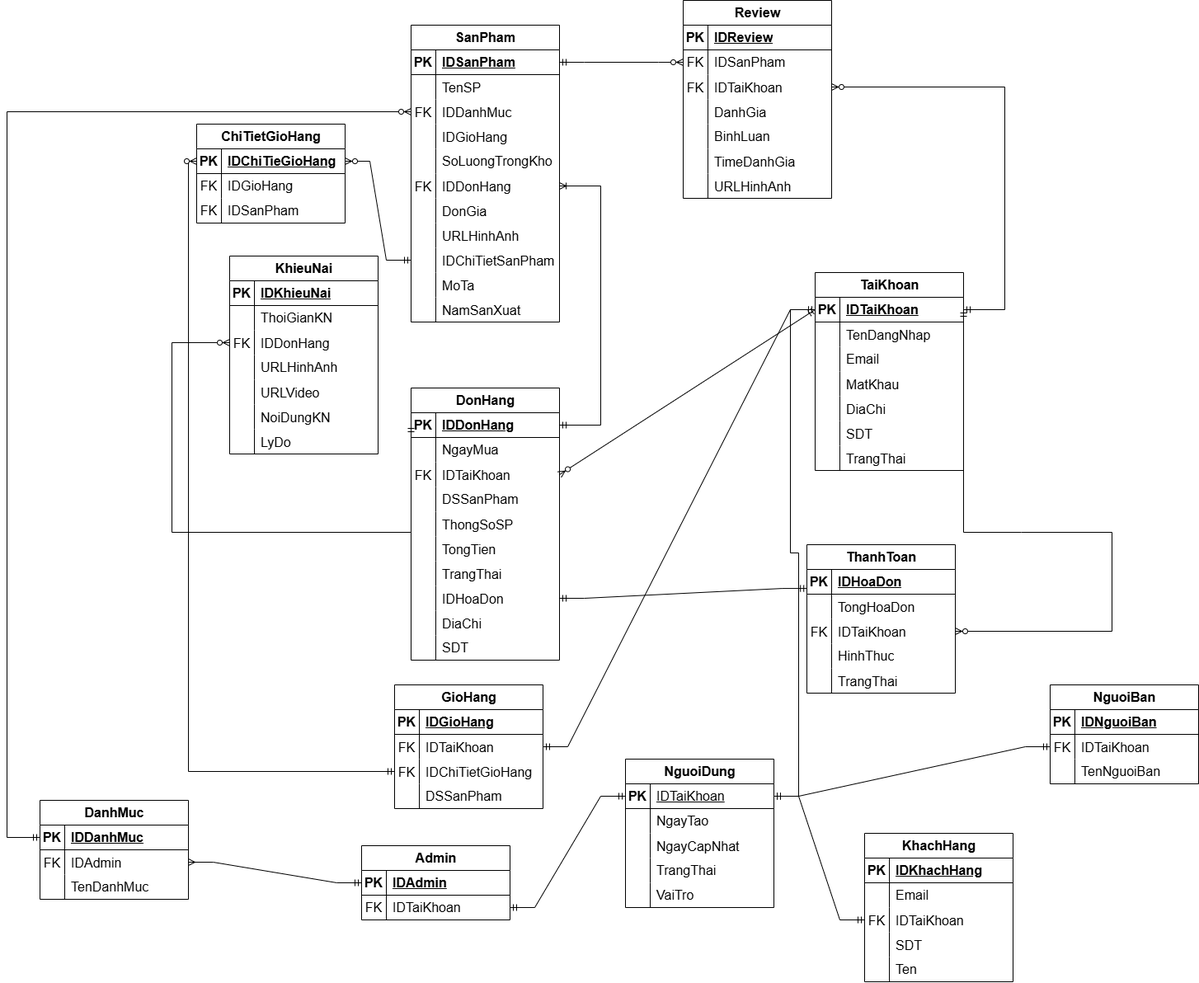
Above: Database Design/erd.drawio.png in hunganh1310/-PTTKHT-E-Commerce-Website (draw.io), before the change. Source tidied: cells renumbered, new cells last; positions are measured from the earlier drawing's top-left corner, leaving out a move shared by most shapes.
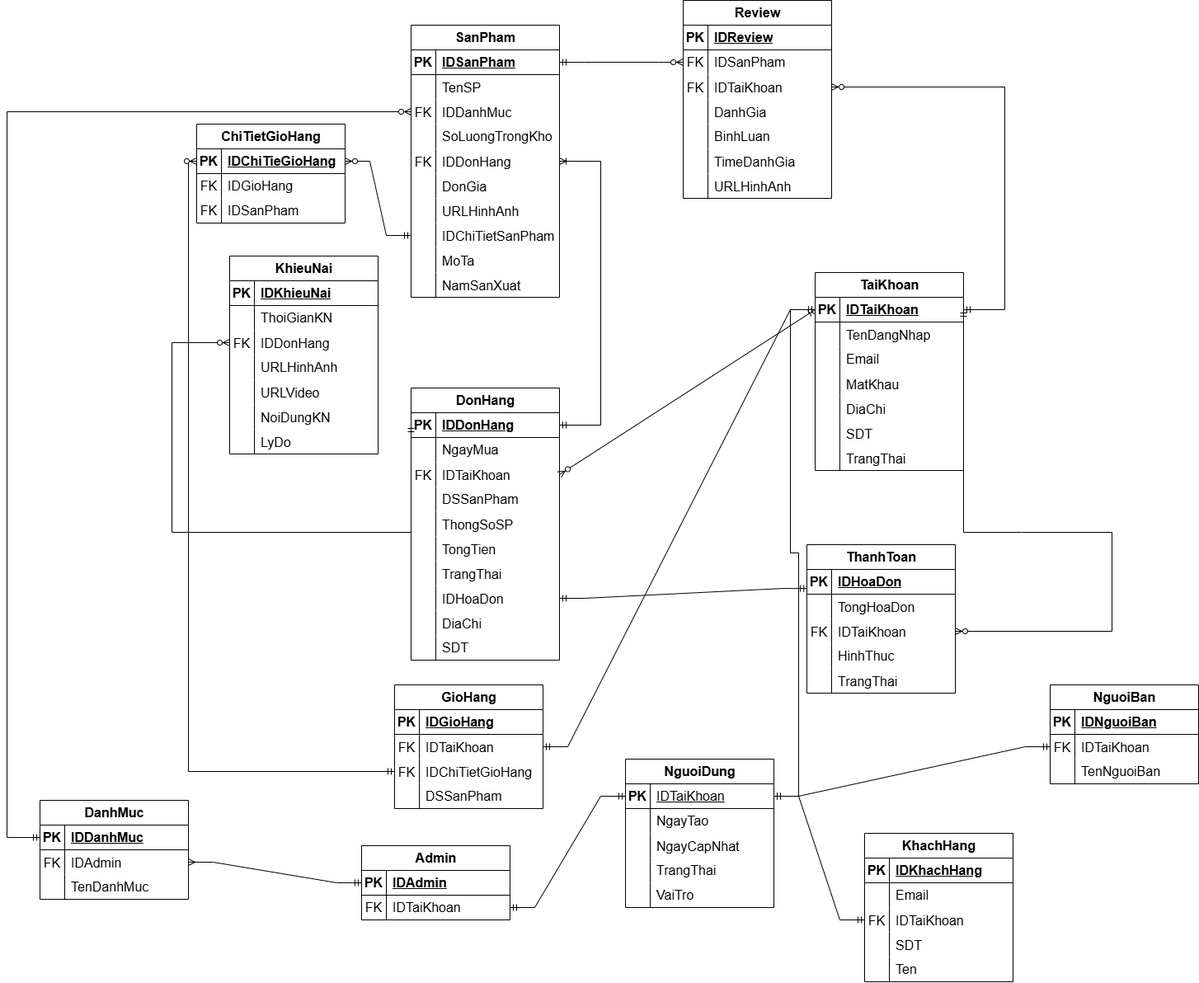
Later version of the same file.

What changed in the source:
```diff
@@ -489,7 +489,7 @@
       <mxGeometry x="30" width="150" height="30" as="geometry" />
     </mxCell>
     <mxCell id="164" value="SanPham" style="shape=table;startSize=30;rowLines=0;fontStyle=1;align=center;html=1;fontSize=16;" parent="1" vertex="1">
-      <mxGeometry x="590" y="30" width="180" height="360" as="geometry" />
+      <mxGeometry x="590" y="30" width="180" height="330" as="geometry" />
     </mxCell>
     <mxCell id="165" style="shape=tableRow;horizontal=0;startSize=0;swimlaneHead=0;swimlaneBody=0;fillColor=none;points=[[0,0.5],[1,0.5]];portConstraint=eastwest;top=0;left=0;right=0;bottom=1;fontSize=16;" parent="164" vertex="1">
       <mxGeometry y="30" width="180" height="30" as="geometry" />
@@ -518,17 +518,8 @@
     <mxCell id="173" value="IDDanhMuc" style="shape=partialRectangle;fillColor=none;top=0;left=0;bottom=0;right=0;align=left;spacingLeft=6;overflow=hidden;fontSize=16;" parent="171" vertex="1">
       <mxGeometry x="30" width="150" height="30" as="geometry" />
     </mxCell>
-    <mxCell id="174" style="shape=tableRow;horizontal=0;startSize=0;swimlaneHead=0;swimlaneBody=0;fillColor=none;top=0;left=0;right=0;bottom=0;fontSize=16;" parent="164" vertex="1">
-      <mxGeometry y="120" width="180" height="30" as="geometry" />
-    </mxCell>
-    <mxCell id="175" style="shape=partialRectangle;fillColor=none;top=0;left=0;bottom=0;right=0;overflow=hidden;fontSize=16;" parent="174" vertex="1">
-      <mxGeometry width="30" height="30" as="geometry" />
-    </mxCell>
-    <mxCell id="176" value="IDGioHang" style="shape=partialRectangle;fillColor=none;top=0;left=0;bottom=0;right=0;align=left;spacingLeft=6;overflow=hidden;fontSize=16;" parent="174" vertex="1">
-      <mxGeometry x="30" width="150" height="30" as="geometry" />
-    </mxCell>
     <mxCell id="177" style="shape=tableRow;horizontal=0;startSize=0;swimlaneHead=0;swimlaneBody=0;fillColor=none;top=0;left=0;right=0;bottom=0;fontSize=16;" parent="164" vertex="1">
-      <mxGeometry y="150" width="180" height="30" as="geometry" />
+      <mxGeometry y="120" width="180" height="30" as="geometry" />
     </mxCell>
     <mxCell id="178" style="shape=partialRectangle;fillColor=none;top=0;left=0;bottom=0;right=0;overflow=hidden;whiteSpace=wrap;html=1;fontSize=16;" parent="177" vertex="1">
       <mxGeometry width="30" height="30" as="geometry" />
@@ -537,7 +528,7 @@
       <mxGeometry x="30" width="150" height="30" as="geometry" />
     </mxCell>
     <mxCell id="180" style="shape=tableRow;horizontal=0;startSize=0;swimlaneHead=0;swimlaneBody=0;fillColor=none;points=[[0,0.5],[1,0.5]];portConstraint=eastwest;top=0;left=0;right=0;bottom=0;fontSize=16;" parent="164" vertex="1">
-      <mxGeometry y="180" width="180" height="30" as="geometry" />
+      <mxGeometry y="150" width="180" height="30" as="geometry" />
     </mxCell>
     <mxCell id="181" value="FK" style="shape=partialRectangle;fillColor=none;top=0;left=0;bottom=0;right=0;overflow=hidden;fontSize=16;" parent="180" vertex="1">
       <mxGeometry width="30" height="30" as="geometry" />
@@ -546,7 +537,7 @@
       <mxGeometry x="30" width="150" height="30" as="geometry" />
     </mxCell>
     <mxCell id="183" style="shape=tableRow;horizontal=0;startSize=0;swimlaneHead=0;swimlaneBody=0;fillColor=none;top=0;left=0;right=0;bottom=0;fontSize=16;" parent="164" vertex="1">
-      <mxGeometry y="210" width="180" height="30" as="geometry" />
+      <mxGeometry y="180" width="180" height="30" as="geometry" />
     </mxCell>
     <mxCell id="184" style="shape=partialRectangle;fillColor=none;top=0;left=0;bottom=0;right=0;overflow=hidden;fontSize=16;" parent="183" vertex="1">
       <mxGeometry width="30" height="30" as="geometry" />
@@ -555,7 +546,7 @@
       <mxGeometry x="30" width="150" height="30" as="geometry" />
     </mxCell>
     <mxCell id="186" style="shape=tableRow;horizontal=0;startSize=0;swimlaneHead=0;swimlaneBody=0;fillColor=none;top=0;left=0;right=0;bottom=0;fontSize=16;" parent="164" vertex="1">
-      <mxGeometry y="240" width="180" height="30" as="geometry" />
+      <mxGeometry y="210" width="180" height="30" as="geometry" />
     </mxCell>
     <mxCell id="187" style="shape=partialRectangle;fillColor=none;top=0;left=0;bottom=0;right=0;overflow=hidden;fontSize=16;" parent="186" vertex="1">
       <mxGeometry width="30" height="30" as="geometry" />
@@ -564,7 +555,7 @@
       <mxGeometry x="30" width="150" height="30" as="geometry" />
     </mxCell>
     <mxCell id="189" style="shape=tableRow;horizontal=0;startSize=0;swimlaneHead=0;swimlaneBody=0;fillColor=none;points=[[0,0.5],[1,0.5]];portConstraint=eastwest;top=0;left=0;right=0;bottom=0;fontSize=16;" parent="164" vertex="1">
-      <mxGeometry y="270" width="180" height="30" as="geometry" />
+      <mxGeometry y="240" width="180" height="30" as="geometry" />
     </mxCell>
     <mxCell id="190" style="shape=partialRectangle;fillColor=none;top=0;left=0;bottom=0;right=0;overflow=hidden;fontSize=16;" parent="189" vertex="1">
       <mxGeometry width="30" height="30" as="geometry" />
@@ -573,7 +564,7 @@
       <mxGeometry x="30" width="150" height="30" as="geometry" />
     </mxCell>
     <mxCell id="192" style="shape=tableRow;horizontal=0;startSize=0;swimlaneHead=0;swimlaneBody=0;fillColor=none;top=0;left=0;right=0;bottom=0;fontSize=16;" parent="164" vertex="1">
-      <mxGeometry y="300" width="180" height="30" as="geometry" />
+      <mxGeometry y="270" width="180" height="30" as="geometry" />
     </mxCell>
     <mxCell id="193" style="shape=partialRectangle;fillColor=none;top=0;left=0;bottom=0;right=0;overflow=hidden;fontSize=16;" parent="192" vertex="1">
       <mxGeometry width="30" height="30" as="geometry" />
@@ -582,7 +573,7 @@
       <mxGeometry x="30" width="150" height="30" as="geometry" />
     </mxCell>
     <mxCell id="195" style="shape=tableRow;horizontal=0;startSize=0;swimlaneHead=0;swimlaneBody=0;fillColor=none;top=0;left=0;right=0;bottom=0;fontSize=16;" parent="164" vertex="1">
-      <mxGeometry y="330" width="180" height="30" as="geometry" />
+      <mxGeometry y="300" width="180" height="30" as="geometry" />
     </mxCell>
     <mxCell id="196" style="shape=partialRectangle;fillColor=none;top=0;left=0;bottom=0;right=0;overflow=hidden;fontSize=16;" parent="195" vertex="1">
       <mxGeometry width="30" height="30" as="geometry" />
```
